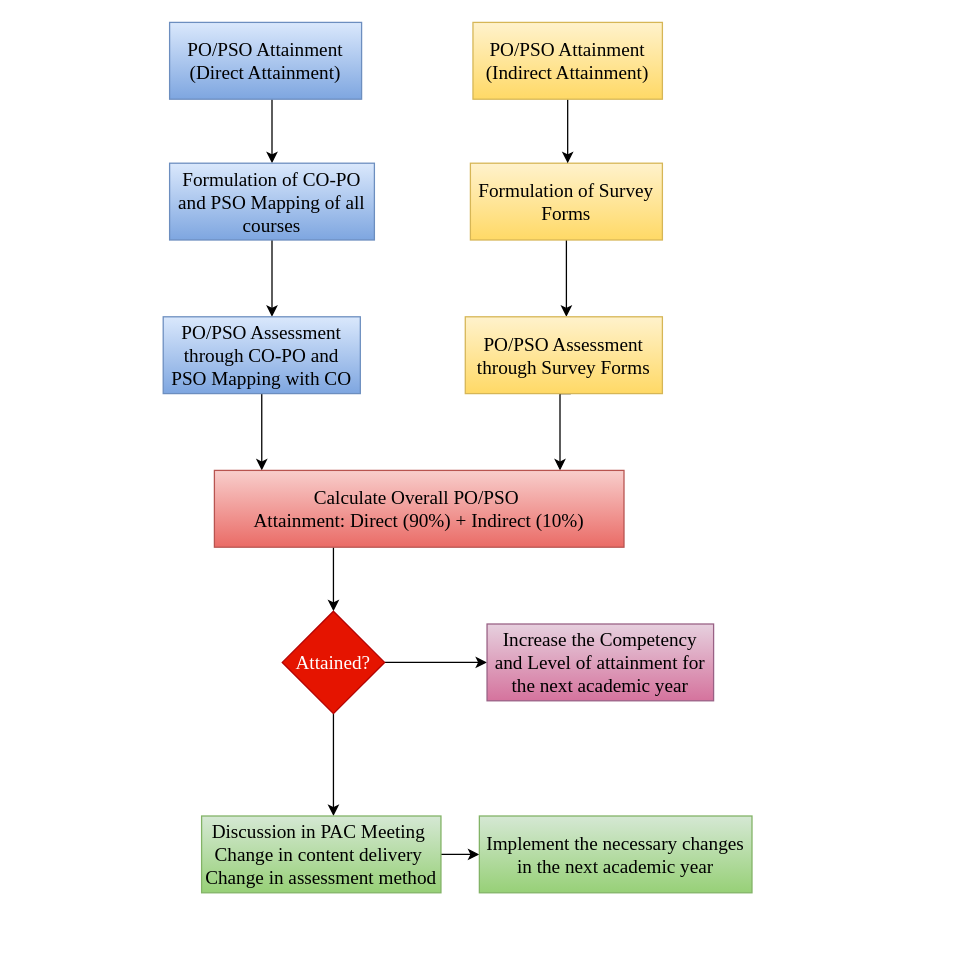
This is Untitled Diagram.drawio from HEMATHCHANDRAN/ML, a draw.io file, before an edit. Source tidied: cells renumbered, new cells numbered last; positions are measured from the earlier drawing's top-left corner, leaving out a move shared by most shapes. Both pictures are drawn from the tidied source at 128%, with x=0, y=0 at pixel (163, 22).
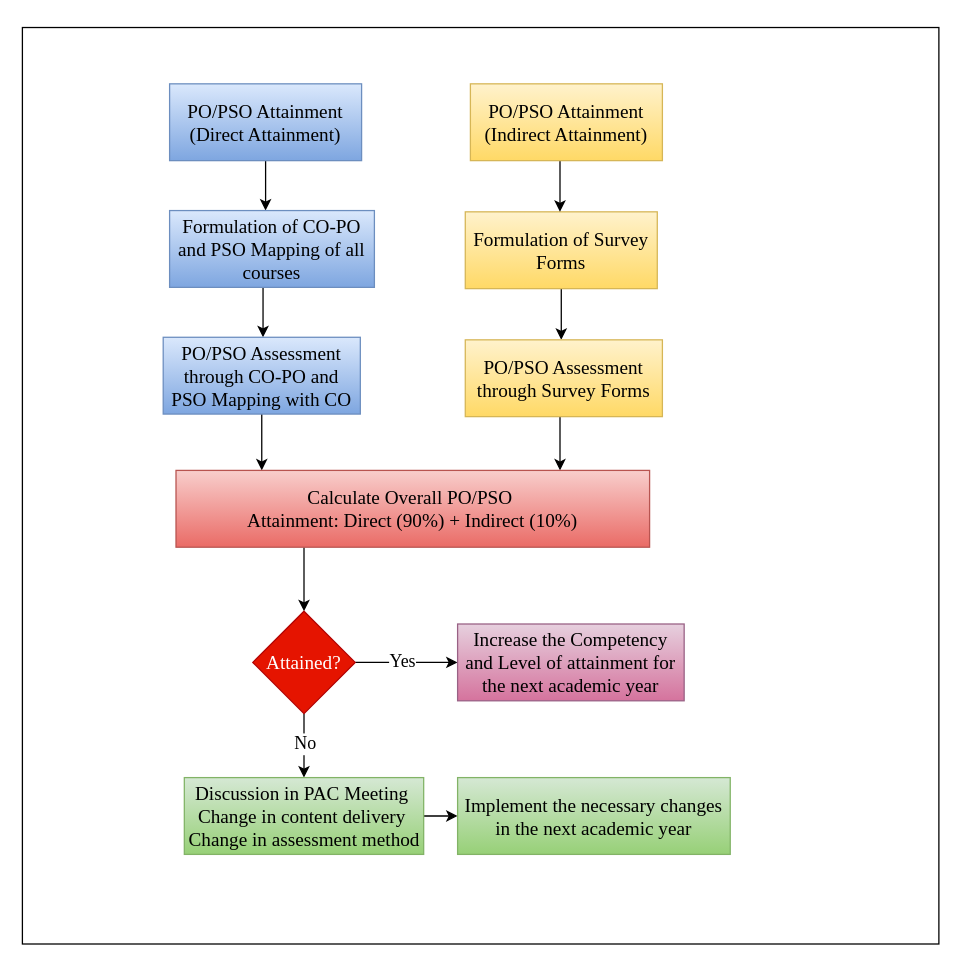
After the change.

Unchanged cells that the change refers to:
```xml
<mxCell id="16" style="edgeStyle=orthogonalEdgeStyle;rounded=0;jettySize=auto;html=1;fontFamily=Times New Roman;fontSize=15;align=center;verticalAlign=middle;spacingTop=1;spacingLeft=1;spacingBottom=1;spacingRight=1;spacing=2;horizontal=1;" parent="1" edge="1" source="18" target="19">
  <mxGeometry relative="1" as="geometry" />
</mxCell>
```

The edit, as a diff of the source:
```diff
@@
+    <mxCell id="23" style="whiteSpace=wrap;html=1;gradientColor=default;fillColor=none;" parent="1" vertex="1">
+      <mxGeometry x="-110" y="4" width="716" height="716" as="geometry" />
+    </mxCell>
-    <mxCell id="2" style="edgeStyle=orthogonalEdgeStyle;rounded=0;jettySize=auto;html=1;" parent="1" edge="1" source="3" target="5">
+    <mxCell id="2" style="edgeStyle=orthogonalEdgeStyle;rounded=0;orthogonalLoop=1;jettySize=auto;html=1;" parent="1" edge="1">
       <mxGeometry relative="1" as="geometry">
+        <mxPoint x="75" y="106" as="sourcePoint" />
+        <mxPoint x="80" y="147" as="targetPoint" />
         <Array as="points">
-          <mxPoint x="85" y="80" />
-          <mxPoint x="85" y="80" />
+          <mxPoint x="80" y="106" />
         </Array>
       </mxGeometry>
     </mxCell>
     <mxCell id="3" value="PO/PSO Attainment (Direct Attainment)" style="rounded=0;whiteSpace=wrap;html=1;align=center;verticalAlign=middle;spacingTop=1;spacingLeft=1;spacingBottom=1;spacingRight=1;spacing=2;horizontal=1;fontFamily=Times New Roman;fontSize=15;labelBackgroundColor=none;textShadow=0;fillColor=#dae8fc;strokeColor=#6c8ebf;gradientColor=#7ea6e0;" parent="1" vertex="1">
-      <mxGeometry x="5" width="150" height="60" as="geometry" />
+      <mxGeometry x="5" y="48" width="150" height="60" as="geometry" />
     </mxCell>
-    <mxCell id="4" style="edgeStyle=orthogonalEdgeStyle;rounded=0;jettySize=auto;html=1;" parent="1" edge="1" source="5" target="7">
+    <mxCell id="4" style="edgeStyle=orthogonalEdgeStyle;rounded=0;orthogonalLoop=1;jettySize=auto;html=1;" parent="1" edge="1">
       <mxGeometry relative="1" as="geometry">
+        <mxPoint x="78" y="206" as="sourcePoint" />
+        <mxPoint x="78" y="246" as="targetPoint" />
         <Array as="points">
-          <mxPoint x="85" y="220" />
-          <mxPoint x="85" y="220" />
+          <mxPoint x="78" y="236" />
+          <mxPoint x="78" y="236" />
         </Array>
       </mxGeometry>
     </mxCell>
     <mxCell id="5" value="Formulation of CO-PO and PSO Mapping of all courses" style="rounded=0;whiteSpace=wrap;html=1;align=center;verticalAlign=middle;spacingTop=1;spacingLeft=1;spacingBottom=1;spacingRight=1;spacing=2;horizontal=1;fontFamily=Times New Roman;fontSize=15;labelBackgroundColor=none;textShadow=0;fillColor=#dae8fc;strokeColor=#6c8ebf;gradientColor=#7ea6e0;" parent="1" vertex="1">
-      <mxGeometry x="5" y="110" width="160" height="60" as="geometry" />
+      <mxGeometry x="5" y="147" width="160" height="60" as="geometry" />
     </mxCell>
@@
     <mxCell id="7" value="PO/PSO Assessment through CO-PO and PSO Mapping with CO" style="rounded=0;whiteSpace=wrap;html=1;align=center;verticalAlign=middle;spacingTop=1;spacingLeft=1;spacingBottom=1;spacingRight=1;spacing=2;horizontal=1;fontFamily=Times New Roman;fontSize=15;labelBackgroundColor=none;textShadow=0;fillColor=#dae8fc;strokeColor=#6c8ebf;gradientColor=#7ea6e0;" parent="1" vertex="1">
-      <mxGeometry y="230" width="154" height="60" as="geometry" />
+      <mxGeometry y="246" width="154" height="60" as="geometry" />
     </mxCell>
     <mxCell id="8" style="edgeStyle=orthogonalEdgeStyle;rounded=0;jettySize=auto;html=1;" parent="1" edge="1" source="9" target="11">
       <mxGeometry relative="1" as="geometry">
         <Array as="points">
-          <mxPoint x="315" y="210" />
-          <mxPoint x="315" y="210" />
+          <mxPoint x="300" y="248" />
+          <mxPoint x="300" y="248" />
         </Array>
       </mxGeometry>
     </mxCell>
     <mxCell id="9" value="Formulation of Survey Forms" style="rounded=0;whiteSpace=wrap;html=1;align=center;verticalAlign=middle;spacingTop=1;spacingLeft=1;spacingBottom=1;spacingRight=1;spacing=2;horizontal=1;perimeterSpacing=0;fontFamily=Times New Roman;fontSize=15;labelBackgroundColor=none;textShadow=0;fillColor=#fff2cc;gradientColor=#ffd966;strokeColor=#d6b656;" parent="1" vertex="1">
-      <mxGeometry x="240" y="110" width="150" height="60" as="geometry" />
+      <mxGeometry x="236" y="148" width="150" height="60" as="geometry" />
     </mxCell>
@@
     <mxCell id="11" value="PO/PSO Assessment through Survey Forms" style="rounded=0;whiteSpace=wrap;html=1;align=center;verticalAlign=middle;spacingTop=1;spacingLeft=1;spacingBottom=1;spacingRight=1;spacing=2;horizontal=1;fontFamily=Times New Roman;fontSize=15;labelBackgroundColor=none;textShadow=0;fillColor=#fff2cc;gradientColor=#ffd966;strokeColor=#d6b656;" parent="1" vertex="1">
-      <mxGeometry x="236" y="230" width="154" height="60" as="geometry" />
+      <mxGeometry x="236" y="248" width="154" height="60" as="geometry" />
     </mxCell>
     <mxCell id="12" style="edgeStyle=orthogonalEdgeStyle;rounded=0;jettySize=auto;html=1;" parent="1" edge="1" source="13" target="9">
       <mxGeometry relative="1" as="geometry">
         <Array as="points">
-          <mxPoint x="316" y="100" />
-          <mxPoint x="316" y="100" />
+          <mxPoint x="310" y="128" />
+          <mxPoint x="310" y="128" />
         </Array>
       </mxGeometry>
     </mxCell>
     <mxCell id="13" value="PO/PSO Attainment (Indirect Attainment)" style="rounded=0;whiteSpace=wrap;html=1;align=center;verticalAlign=middle;spacingTop=1;spacingLeft=1;spacingBottom=1;spacingRight=1;spacing=2;horizontal=1;fontFamily=Times New Roman;fontSize=15;labelBackgroundColor=none;textShadow=0;fillColor=#fff2cc;strokeColor=#d6b656;gradientColor=#ffd966;" parent="1" vertex="1">
-      <mxGeometry x="242" width="148" height="60" as="geometry" />
+      <mxGeometry x="240" y="48" width="150" height="60" as="geometry" />
     </mxCell>
     <mxCell id="14" style="edgeStyle=orthogonalEdgeStyle;rounded=0;jettySize=auto;html=1;fontFamily=Times New Roman;fontSize=15;align=center;verticalAlign=middle;spacingTop=1;spacingLeft=1;spacingBottom=1;spacingRight=1;spacing=2;horizontal=1;" parent="1" edge="1" source="15" target="18">
       <mxGeometry relative="1" as="geometry">
         <Array as="points">
-          <mxPoint x="133" y="430" />
-          <mxPoint x="133" y="430" />
+          <mxPoint x="110" y="430" />
+          <mxPoint x="110" y="430" />
         </Array>
       </mxGeometry>
     </mxCell>
     <mxCell id="15" value="Calculate Overall PO/PSO&amp;nbsp;&lt;div&gt;Attainment: Direct (90%) + Indirect (10%)&lt;/div&gt;" style="rounded=0;whiteSpace=wrap;html=1;fontFamily=Times New Roman;fontSize=15;align=center;verticalAlign=middle;spacingTop=1;spacingLeft=1;spacingBottom=1;spacingRight=1;spacing=2;horizontal=1;fillColor=#f8cecc;gradientColor=#ea6b66;strokeColor=#b85450;" parent="1" vertex="1">
-      <mxGeometry x="40" y="350" width="320" height="60" as="geometry" />
+      <mxGeometry x="10" y="350" width="370" height="60" as="geometry" />
     </mxCell>
@@
+    <mxCell id="24" value="&lt;font style=&quot;font-size: 14px;&quot; face=&quot;Times New Roman&quot;&gt;Yes&lt;/font&gt;" style="edgeLabel;html=1;align=center;verticalAlign=middle;fontSize=12;" parent="16" vertex="1">
+      <mxGeometry x="-0.03" y="3" relative="1" as="geometry">
+        <mxPoint x="-3" y="2" as="offset" />
+      </mxGeometry>
+    </mxCell>
     <mxCell id="17" style="edgeStyle=orthogonalEdgeStyle;rounded=0;jettySize=auto;html=1;fontFamily=Times New Roman;fontSize=15;align=center;verticalAlign=middle;spacingTop=1;spacingLeft=1;spacingBottom=1;spacingRight=1;spacing=2;horizontal=1;" parent="1" edge="1" source="18" target="21">
       <mxGeometry relative="1" as="geometry">
         <Array as="points">
-          <mxPoint x="133" y="600" />
-          <mxPoint x="133" y="600" />
+          <mxPoint x="110" y="600" />
+          <mxPoint x="110" y="600" />
         </Array>
       </mxGeometry>
     </mxCell>
+    <mxCell id="25" value="&lt;font style=&quot;font-size: 14px;&quot; face=&quot;Times New Roman&quot;&gt;No&lt;/font&gt;" style="edgeLabel;html=1;align=center;verticalAlign=middle;fontSize=12;" parent="17" vertex="1">
+      <mxGeometry x="-0.1" y="7" relative="1" as="geometry">
+        <mxPoint x="-7" as="offset" />
+      </mxGeometry>
+    </mxCell>
     <mxCell id="18" value="Attained?" style="rhombus;whiteSpace=wrap;html=1;fontFamily=Times New Roman;fontSize=15;align=center;verticalAlign=middle;spacingTop=1;spacingLeft=1;spacingBottom=1;spacingRight=1;spacing=2;horizontal=1;fillColor=#e51400;fontColor=#ffffff;strokeColor=#B20000;" parent="1" vertex="1">
-      <mxGeometry x="93" y="460" width="80" height="80" as="geometry" />
+      <mxGeometry x="70" y="460" width="80" height="80" as="geometry" />
     </mxCell>
     <mxCell id="19" value="Increase the Competency and Level of attainment for the next academic year" style="whiteSpace=wrap;html=1;fontFamily=Times New Roman;fontSize=15;align=center;verticalAlign=middle;spacingTop=1;spacingLeft=1;spacingBottom=1;spacingRight=1;spacing=2;horizontal=1;fillColor=#e6d0de;strokeColor=#996185;gradientColor=#d5739d;" parent="1" vertex="1">
-      <mxGeometry x="253" y="470" width="177" height="60" as="geometry" />
+      <mxGeometry x="230" y="470" width="177" height="60" as="geometry" />
     </mxCell>
@@
     <mxCell id="21" value="Discussion in PAC Meeting&amp;nbsp;&lt;div&gt;Change in content delivery&amp;nbsp;&lt;/div&gt;&lt;div&gt;Change in assessment method&lt;/div&gt;" style="whiteSpace=wrap;html=1;fontFamily=Times New Roman;fontSize=15;align=center;verticalAlign=middle;spacingTop=1;spacingLeft=1;spacingBottom=1;spacingRight=1;spacing=2;horizontal=1;fillColor=#d5e8d4;gradientColor=#97d077;strokeColor=#82b366;" parent="1" vertex="1">
-      <mxGeometry x="30" y="620" width="187" height="60" as="geometry" />
+      <mxGeometry x="16.5" y="590" width="187" height="60" as="geometry" />
     </mxCell>
     <mxCell id="22" value="Implement the necessary changes in the next academic year" style="whiteSpace=wrap;html=1;fillColor=#d5e8d4;strokeColor=#82b366;fontFamily=Times New Roman;fontSize=15;align=center;verticalAlign=middle;spacingTop=1;spacingLeft=1;spacingBottom=1;spacingRight=1;spacing=2;horizontal=1;gradientColor=#97d077;" parent="1" vertex="1">
-      <mxGeometry x="247" y="620" width="213" height="60" as="geometry" />
+      <mxGeometry x="230" y="590" width="213" height="60" as="geometry" />
     </mxCell>
```
